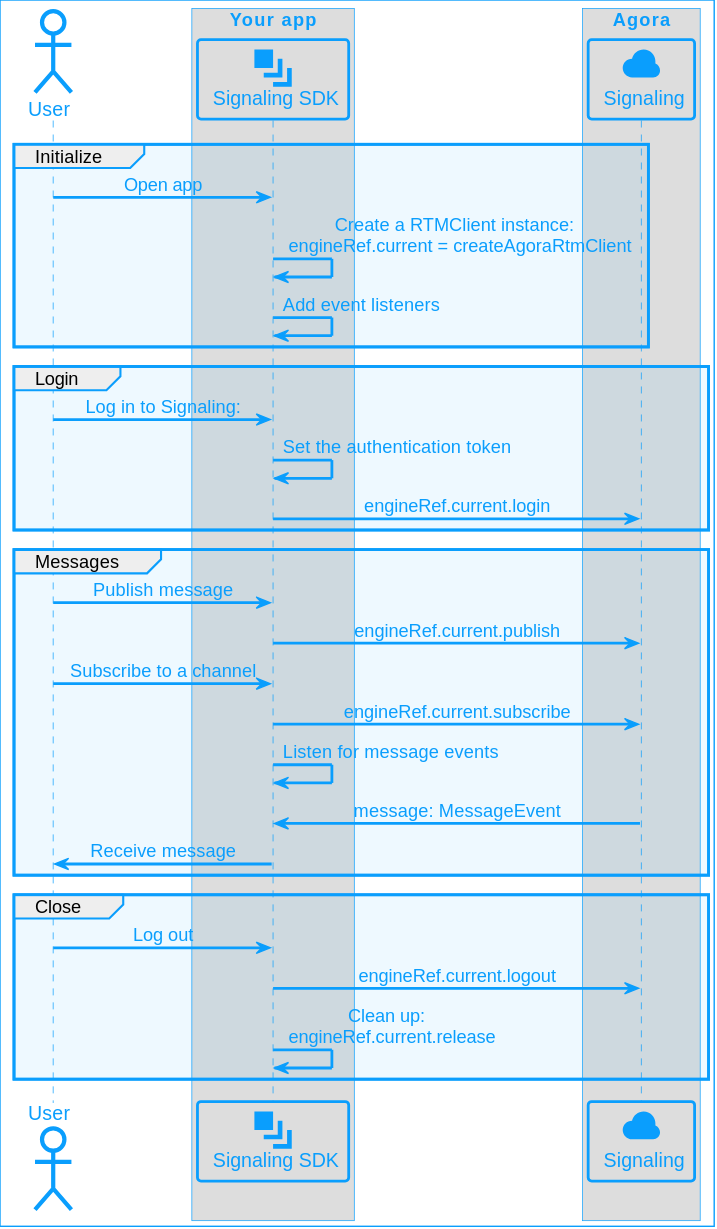
Before: assets/images/signaling/get-started-workflow-react-native.svg, a diagram exported from PlantUML (AgoraIO/Docs-Source).
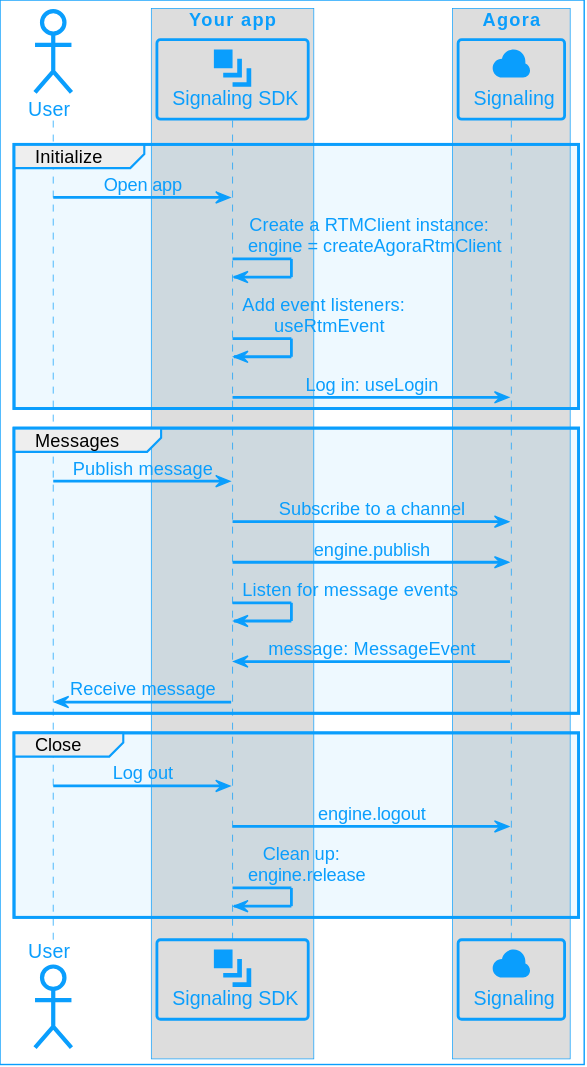
Later version of the same file.

Diff of the diagram source:
```diff
@@ -13,21 +13,15 @@
 
 group Initialize
 USR -> APP: Open app
-APP -> APP: Create a RTMClient instance: \n engineRef.current = createAgoraRtmClient
-APP -> APP: Add event listeners
-end
-
-group Login
-USR -> APP: Log in to Signaling:
-APP -> APP: Set the authentication token
-APP -> API: engineRef.current.login
+APP -> APP: Create a RTMClient instance: \n engine = createAgoraRtmClient
+APP -> APP: Add event listeners: \n useRtmEvent
+APP -> API: Log in: useLogin
 end
 
 group Messages
 USR -> APP: Publish message
-APP -> API: engineRef.current.publish
-USR -> APP: Subscribe to a channel
-APP -> API: engineRef.current.subscribe
+APP -> API: Subscribe to a channel
+APP -> API: engine.publish
 APP -> APP: Listen for message events
 API -> APP: message: MessageEvent
 APP -> USR: Receive message
@@ -35,7 +29,7 @@
 
 group Close
 USR -> APP: Log out
-APP -> API: engineRef.current.logout
-APP -> APP: Clean up: \n engineRef.current.release
+APP -> API: engine.logout
+APP -> APP: Clean up: \n engine.release
 end
 @enduml
```
